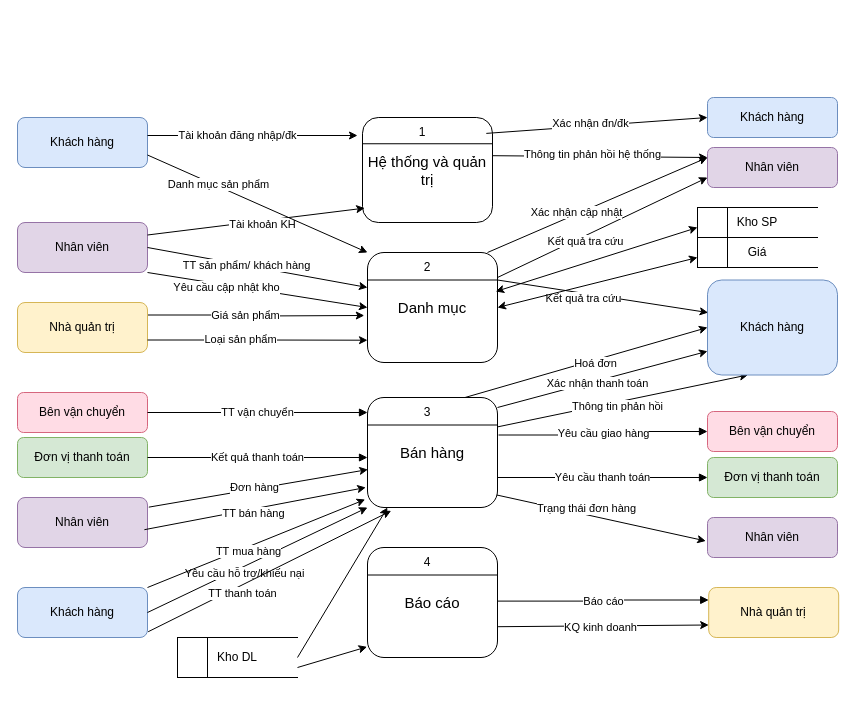
Above: page "DFD mức 0" (2 of 3) of Biểu đồ không có tiêu đề.drawio in Vulien/Diagram (draw.io), before the change. Source tidied: cells renumbered, new cells numbered last; positions are measured from the earlier drawing's top-left corner, leaving out a move shared by most shapes. Both pictures are drawn from the tidied source at 100%, with x=0, y=0 at pixel (17, 97).
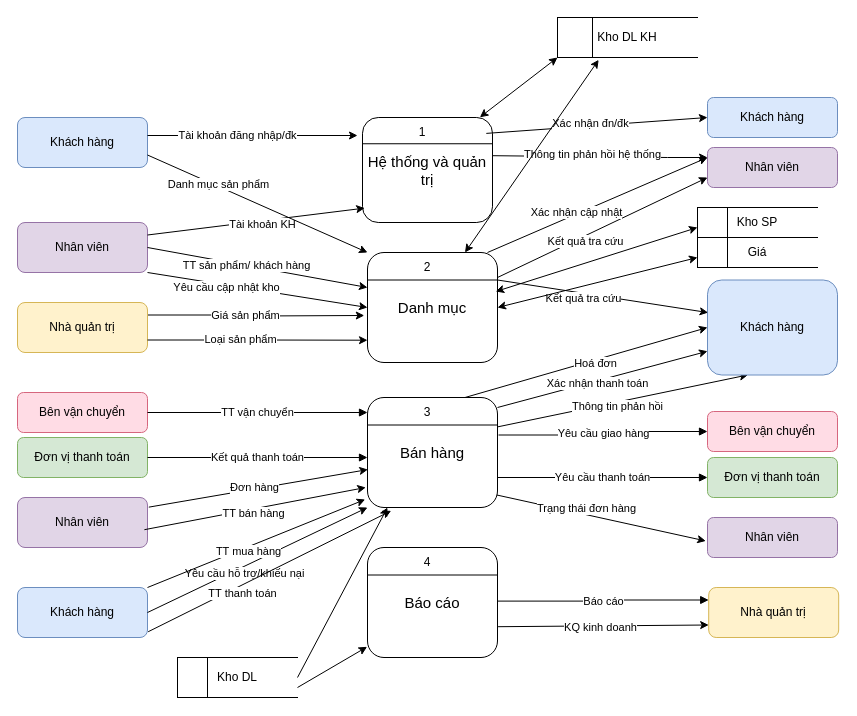
The same diagram, later.

Unchanged cells that the change refers to:
```xml
<mxCell id="2" value="&lt;font style=&quot;font-size: 15px;&quot;&gt;Hệ thống và quản trị&lt;/font&gt;" style="rounded=1;whiteSpace=wrap;html=1;" parent="1" vertex="1">
  <mxGeometry x="345" y="20" width="130" height="105" as="geometry" />
</mxCell>
<mxCell id="5" value="&lt;span style=&quot;font-size: 15px;&quot;&gt;Danh mục&lt;/span&gt;" style="rounded=1;whiteSpace=wrap;html=1;" parent="1" vertex="1">
  <mxGeometry x="350" y="155" width="130" height="110" as="geometry" />
</mxCell>
<mxCell id="74" value="Nhân viên" style="shape=rectangle;rounded=1;whiteSpace=wrap;html=1;fillColor=#e1d5e7;strokeColor=#9673a6;fontSize=12;align=center;" parent="1" vertex="1">
  <mxGeometry x="690" y="50" width="130" height="40" as="geometry" />
</mxCell>
```

Diff of the diagram source:
```diff
@@
     <mxCell id="40" style="endArrow=classic;html=1;rounded=0;exitX=1;exitY=0.958;exitDx=0;exitDy=0;exitPerimeter=0;entryX=0;entryY=0.25;entryDx=0;entryDy=0;" parent="1" edge="1" target="74">
       <mxGeometry relative="1" as="geometry">
         <mxPoint x="475" y="58.2" as="sourcePoint" />
+        <Array as="points">
+          <mxPoint x="650" y="60" />
+        </Array>
       </mxGeometry>
     </mxCell>
@@
     <mxCell id="79" value="Kho DL" style="shape=partialRectangle;whiteSpace=wrap;html=1;left=0;right=0;fillColor=none;" parent="1" vertex="1">
-      <mxGeometry x="160" y="540" width="120" height="40" as="geometry" />
+      <mxGeometry x="160" y="560" width="120" height="40" as="geometry" />
     </mxCell>
@@
+    <mxCell id="92" value="Kho DL KH" style="shape=partialRectangle;whiteSpace=wrap;html=1;left=0;right=0;fillColor=none;" parent="1" vertex="1">
+      <mxGeometry x="540" y="-80" width="140" height="40" as="geometry" />
+    </mxCell>
+    <mxCell id="93" style="endArrow=none;html=1;rounded=0;exitX=0;exitY=1;exitDx=0;exitDy=0;entryX=0;entryY=0;entryDx=0;entryDy=0;" parent="1" edge="1" source="92" target="92">
+      <mxGeometry relative="1" as="geometry" />
+    </mxCell>
+    <mxCell id="94" style="endArrow=none;html=1;rounded=0;exitX=0.25;exitY=1;exitDx=0;exitDy=0;entryX=0.25;entryY=0;entryDx=0;entryDy=0;" parent="1" edge="1" source="92" target="92">
+      <mxGeometry relative="1" as="geometry" />
+    </mxCell>
+    <mxCell id="95" style="endArrow=classic;startArrow=classic;html=1;rounded=0;exitX=0.903;exitY=-0.002;exitDx=0;exitDy=0;exitPerimeter=0;entryX=0;entryY=1;entryDx=0;entryDy=0;" parent="1" edge="1" source="2" target="92">
+      <mxGeometry relative="1" as="geometry" />
+    </mxCell>
+    <mxCell id="96" style="endArrow=classic;startArrow=classic;html=1;rounded=0;exitX=0.75;exitY=0;exitDx=0;exitDy=0;entryX=0.294;entryY=1.058;entryDx=0;entryDy=0;entryPerimeter=0;" parent="1" edge="1" source="5" target="92">
+      <mxGeometry relative="1" as="geometry" />
+    </mxCell>
```
